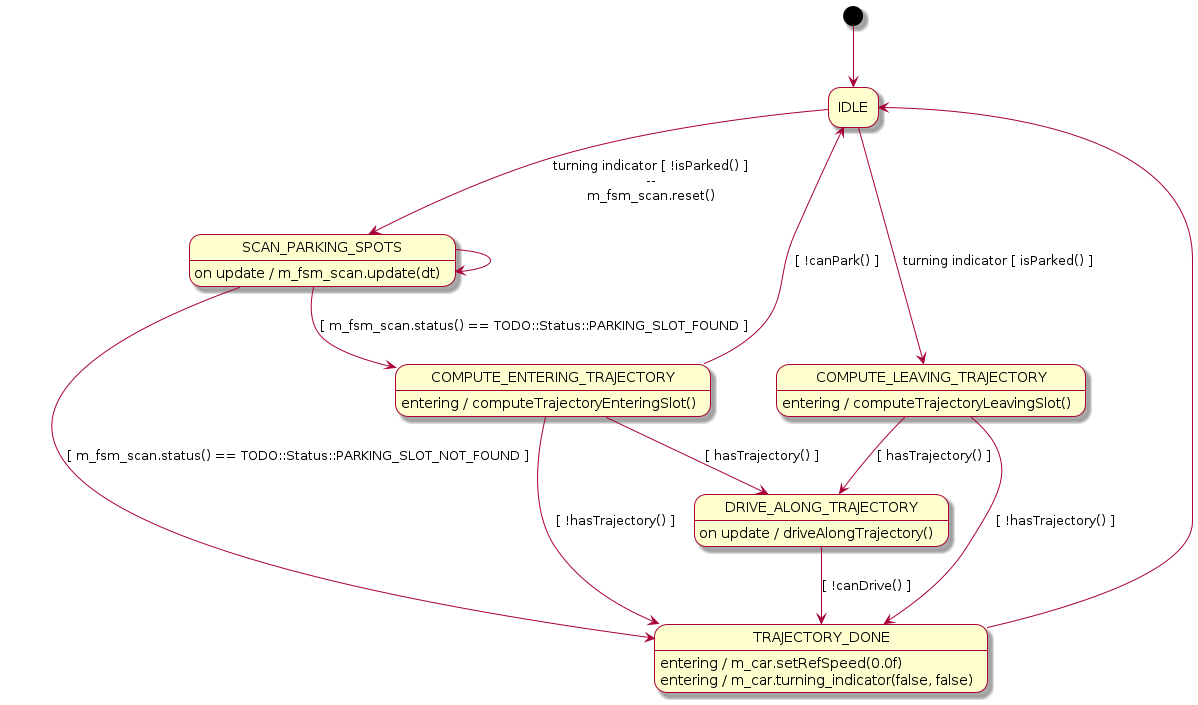
Before: doc/SelfParking.png, a diagram exported from PlantUML (Lecrapouille/PlantUMLStatecharts). Its diagram source:
```plantuml
@startuml
skin rose
hide empty description

[*] --> IDLE

IDLE --> SCAN_PARKING_SPOTS : turning indicator [ !isParked() ]\n--\nm_fsm_scan.reset()
IDLE --> COMPUTE_LEAVING_TRAJECTORY : turning indicator [ isParked() ]

SCAN_PARKING_SPOTS --> COMPUTE_ENTERING_TRAJECTORY : [ m_fsm_scan.status() == TODO::Status::PARKING_SLOT_FOUND ]
SCAN_PARKING_SPOTS --> TRAJECTORY_DONE : [ m_fsm_scan.status() == TODO::Status::PARKING_SLOT_NOT_FOUND ]
SCAN_PARKING_SPOTS --> SCAN_PARKING_SPOTS
SCAN_PARKING_SPOTS : on update / m_fsm_scan.update(dt)

COMPUTE_ENTERING_TRAJECTORY --> DRIVE_ALONG_TRAJECTORY: [ hasTrajectory() ]
COMPUTE_ENTERING_TRAJECTORY --> IDLE: [ !canPark() ]
COMPUTE_ENTERING_TRAJECTORY : entering / computeTrajectoryEnteringSlot()

COMPUTE_LEAVING_TRAJECTORY --> TRAJECTORY_DONE : [ !hasTrajectory() ]
COMPUTE_LEAVING_TRAJECTORY : entering / computeTrajectoryLeavingSlot()

DRIVE_ALONG_TRAJECTORY --> TRAJECTORY_DONE : [ !canDrive() ]
DRIVE_ALONG_TRAJECTORY : on update / driveAlongTrajectory()

TRAJECTORY_DONE --> IDLE
TRAJECTORY_DONE : entering / m_car.setRefSpeed(0.0f)
TRAJECTORY_DONE : entering / m_car.turning_indicator(false, false)

COMPUTE_ENTERING_TRAJECTORY --> TRAJECTORY_DONE : [ !hasTrajectory() ]

COMPUTE_LEAVING_TRAJECTORY --> DRIVE_ALONG_TRAJECTORY: [ hasTrajectory() ]


@enduml
```
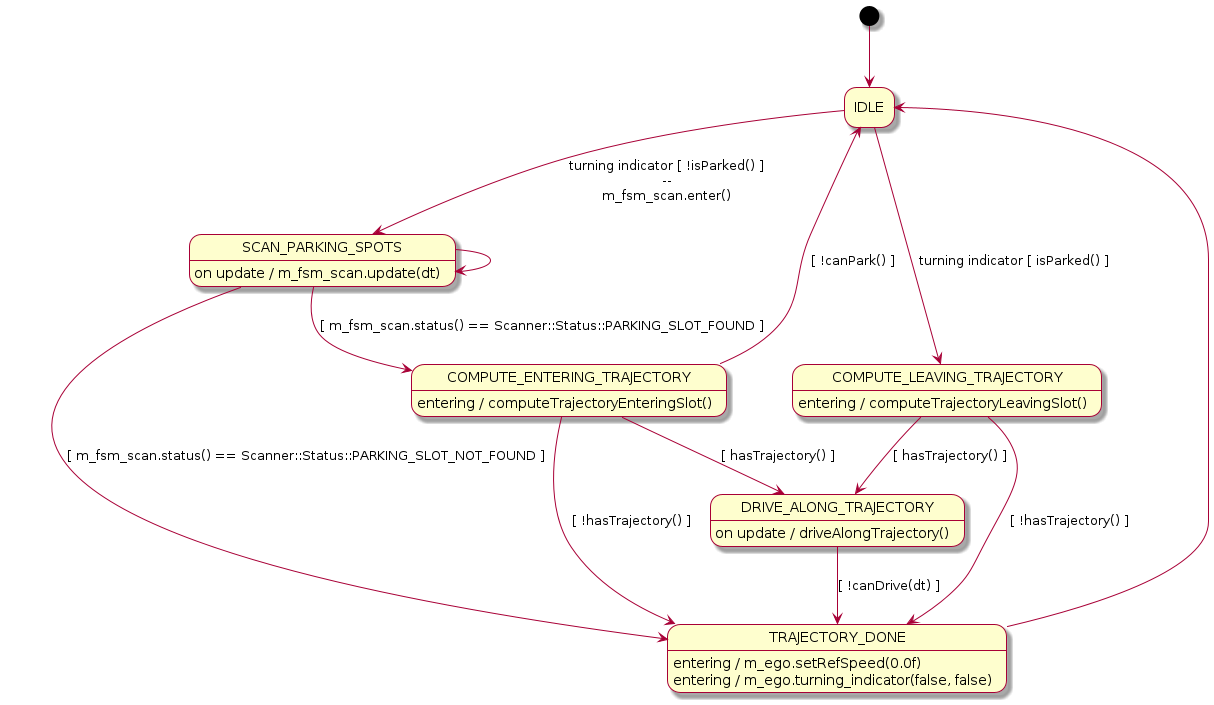
After the change.

Diff of the diagram source:
```diff
@@ -2,13 +2,14 @@
 skin rose
 hide empty description
 
+
 [*] --> IDLE
 
-IDLE --> SCAN_PARKING_SPOTS : turning indicator [ !isParked() ]\n--\nm_fsm_scan.reset()
+IDLE --> SCAN_PARKING_SPOTS : turning indicator [ !isParked() ]\n--\nm_fsm_scan.enter()
 IDLE --> COMPUTE_LEAVING_TRAJECTORY : turning indicator [ isParked() ]
 
-SCAN_PARKING_SPOTS --> COMPUTE_ENTERING_TRAJECTORY : [ m_fsm_scan.status() == TODO::Status::PARKING_SLOT_FOUND ]
-SCAN_PARKING_SPOTS --> TRAJECTORY_DONE : [ m_fsm_scan.status() == TODO::Status::PARKING_SLOT_NOT_FOUND ]
+SCAN_PARKING_SPOTS --> COMPUTE_ENTERING_TRAJECTORY : [ m_fsm_scan.status() == Scanner::Status::PARKING_SLOT_FOUND ]
+SCAN_PARKING_SPOTS --> TRAJECTORY_DONE : [ m_fsm_scan.status() == Scanner::Status::PARKING_SLOT_NOT_FOUND ]
 SCAN_PARKING_SPOTS --> SCAN_PARKING_SPOTS
 SCAN_PARKING_SPOTS : on update / m_fsm_scan.update(dt)
 
@@ -19,16 +20,19 @@
 COMPUTE_LEAVING_TRAJECTORY --> TRAJECTORY_DONE : [ !hasTrajectory() ]
 COMPUTE_LEAVING_TRAJECTORY : entering / computeTrajectoryLeavingSlot()
 
-DRIVE_ALONG_TRAJECTORY --> TRAJECTORY_DONE : [ !canDrive() ]
+DRIVE_ALONG_TRAJECTORY --> TRAJECTORY_DONE : [ !canDrive(dt) ]
 DRIVE_ALONG_TRAJECTORY : on update / driveAlongTrajectory()
 
 TRAJECTORY_DONE --> IDLE
-TRAJECTORY_DONE : entering / m_car.setRefSpeed(0.0f)
-TRAJECTORY_DONE : entering / m_car.turning_indicator(false, false)
+TRAJECTORY_DONE : entering / m_ego.setRefSpeed(0.0f)
+TRAJECTORY_DONE : entering / m_ego.turning_indicator(false, false)
 
 COMPUTE_ENTERING_TRAJECTORY --> TRAJECTORY_DONE : [ !hasTrajectory() ]
 
 COMPUTE_LEAVING_TRAJECTORY --> DRIVE_ALONG_TRAJECTORY: [ hasTrajectory() ]
 
 
+
+
+
 @enduml
```
